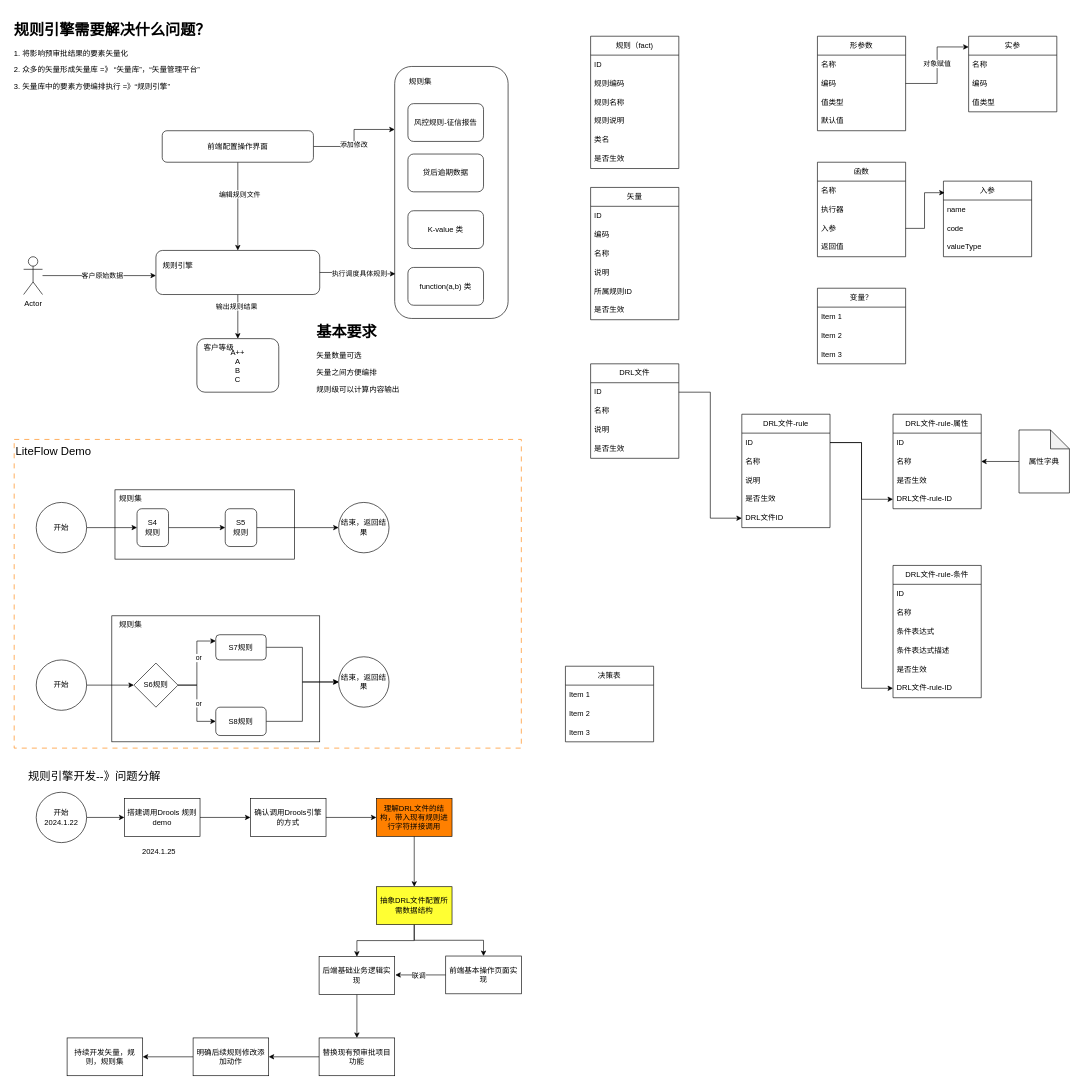
Above: 规则引擎-规则集.drawio in XiongZen/QJReconstitution (draw.io), before the change. Source tidied: cells renumbered, new cells numbered last; positions are measured from the earlier drawing's top-left corner, leaving out a move shared by most shapes. Both pictures are drawn from the tidied source at 63%, with x=0, y=0 at pixel (11, 17).
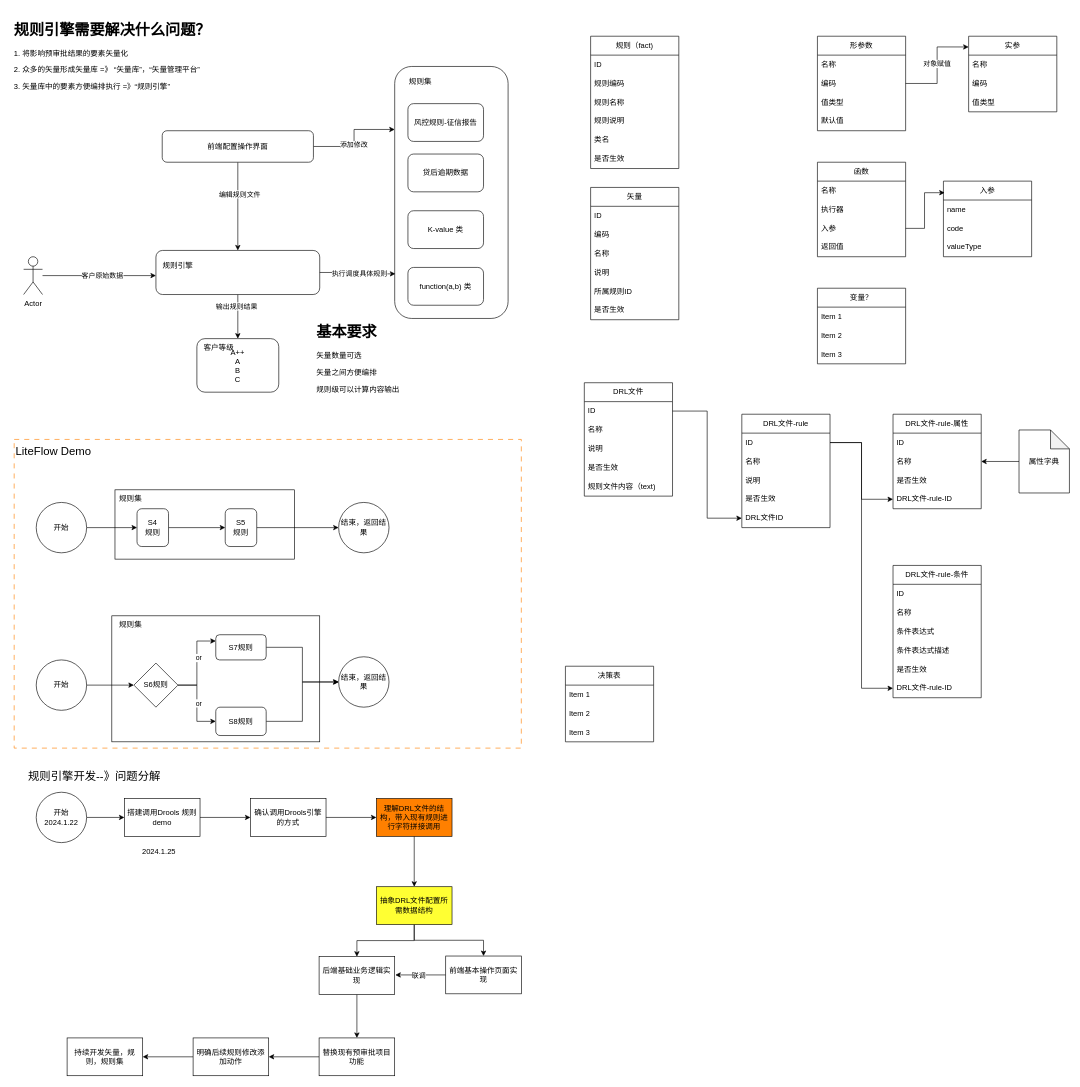
After the change.

Commit message:
更新规则引擎-规则集.drawio

The edit, as a diff of the source:
```diff
@@
     <mxCell id="111" value="DRL文件" style="swimlane;fontStyle=0;horizontal=1;startSize=30;whiteSpace=wrap;html=1;" parent="1" vertex="1">
-      <mxGeometry x="920" y="550" width="140" height="150" as="geometry" />
+      <mxGeometry x="910" y="580" width="140" height="180" as="geometry" />
     </mxCell>
@@
+    <mxCell id="145" value="规则文件内容（text)" style="text;strokeColor=none;fillColor=none;align=left;verticalAlign=middle;spacingLeft=4;spacingRight=4;overflow=hidden;whiteSpace=wrap;html=1;" parent="111" vertex="1">
+      <mxGeometry y="150" width="140" height="30" as="geometry" />
+    </mxCell>
```
